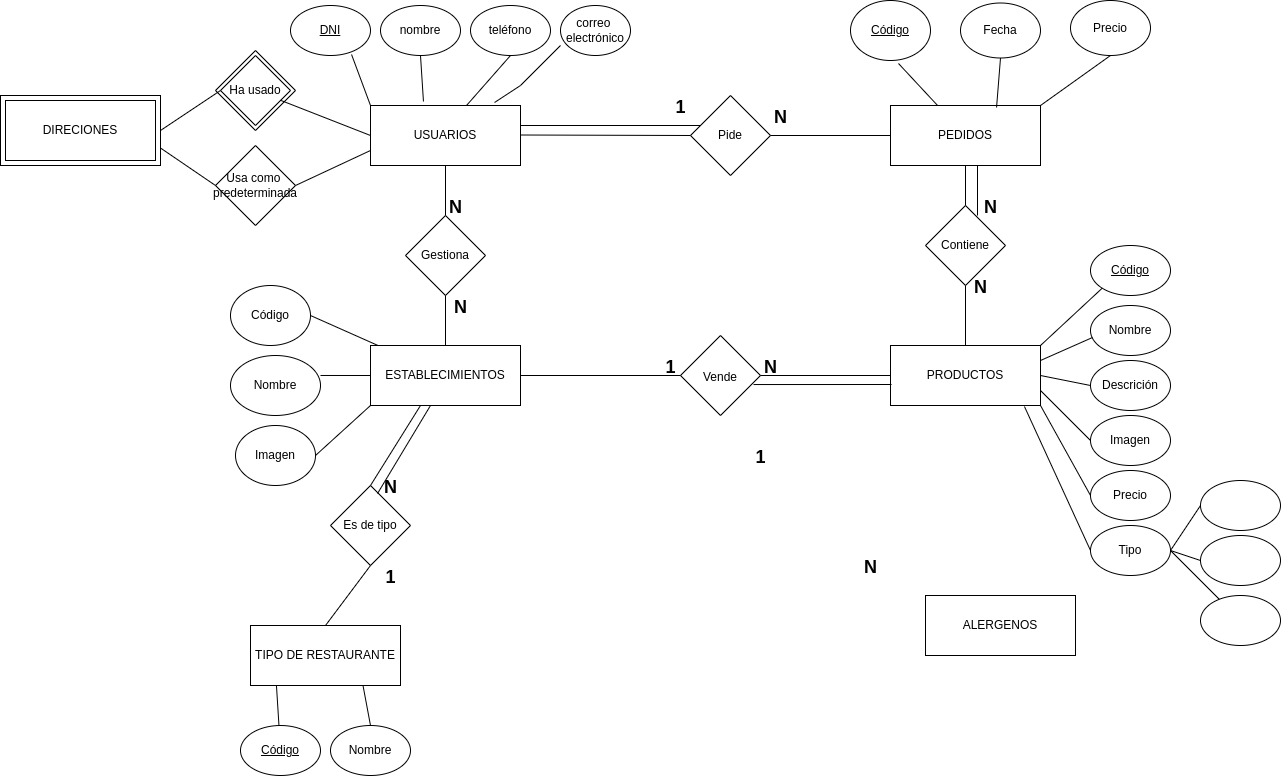
Juan4532/prueba keeps this draw.io diagram as h.drawio.png. Above is the earlier version. Source tidied: cells renumbered, new cells last; positions are measured from the earlier drawing's top-left corner, leaving out a move shared by most shapes.
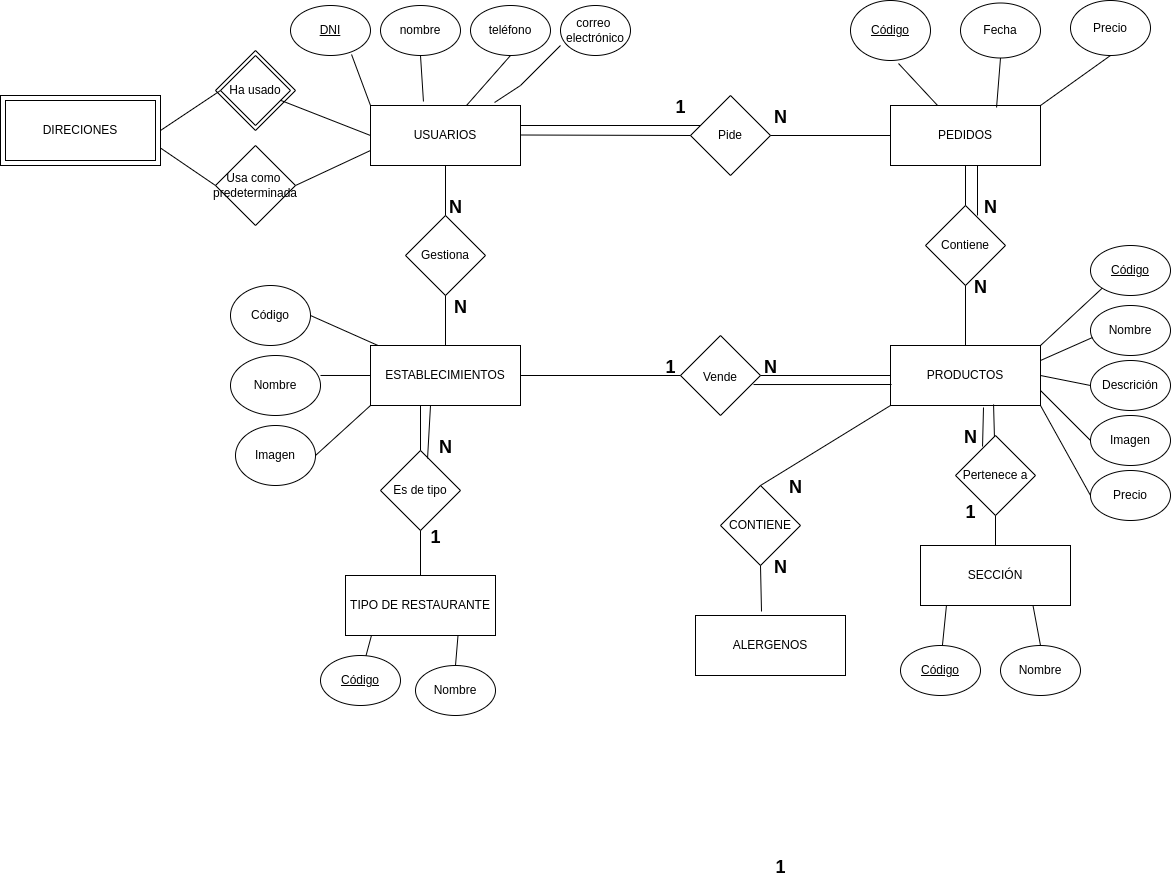
Above is the later version.

The edit, as a diff of the source:
```diff
@@ -48,10 +48,10 @@
       <mxGeometry x="890" y="345" width="150" height="60" as="geometry" />
     </mxCell>
     <mxCell id="14" value="ALERGENOS" style="rounded=0;whiteSpace=wrap;html=1;" parent="1" vertex="1">
-      <mxGeometry x="925" y="595" width="150" height="60" as="geometry" />
+      <mxGeometry x="695" y="615" width="150" height="60" as="geometry" />
     </mxCell>
     <mxCell id="15" value="TIPO DE RESTAURANTE" style="rounded=0;whiteSpace=wrap;html=1;" parent="1" vertex="1">
-      <mxGeometry x="250" y="625" width="150" height="60" as="geometry" />
+      <mxGeometry x="345" y="575" width="150" height="60" as="geometry" />
     </mxCell>
     <mxCell id="16" value="Pide" style="rhombus;whiteSpace=wrap;html=1;" parent="1" vertex="1">
       <mxGeometry x="690" y="95" width="80" height="80" as="geometry" />
@@ -114,19 +114,19 @@
       <mxGeometry x="930" y="265" width="100" height="40" as="geometry" />
     </mxCell>
     <mxCell id="32" value="&lt;font style=&quot;font-size: 18px&quot;&gt;N&lt;/font&gt;" style="text;strokeColor=none;fillColor=none;html=1;fontSize=24;fontStyle=1;verticalAlign=middle;align=center;" parent="1" vertex="1">
-      <mxGeometry x="820" y="545" width="100" height="40" as="geometry" />
+      <mxGeometry x="920" y="415" width="100" height="40" as="geometry" />
     </mxCell>
     <mxCell id="33" value="&lt;font style=&quot;font-size: 18px&quot;&gt;N&lt;/font&gt;" style="text;strokeColor=none;fillColor=none;html=1;fontSize=24;fontStyle=1;verticalAlign=middle;align=center;" parent="1" vertex="1">
       <mxGeometry x="405" y="185" width="100" height="40" as="geometry" />
     </mxCell>
     <mxCell id="34" value="&lt;font style=&quot;font-size: 18px&quot;&gt;N&lt;/font&gt;" style="text;strokeColor=none;fillColor=none;html=1;fontSize=24;fontStyle=1;verticalAlign=middle;align=center;" parent="1" vertex="1">
-      <mxGeometry x="340" y="465" width="100" height="40" as="geometry" />
+      <mxGeometry x="395" y="425" width="100" height="40" as="geometry" />
     </mxCell>
     <mxCell id="35" value="&lt;font style=&quot;font-size: 18px&quot;&gt;N&lt;/font&gt;" style="text;strokeColor=none;fillColor=none;html=1;fontSize=24;fontStyle=1;verticalAlign=middle;align=center;" parent="1" vertex="1">
       <mxGeometry x="410" y="285" width="100" height="40" as="geometry" />
     </mxCell>
     <mxCell id="36" value="&lt;span style=&quot;font-size: 18px&quot;&gt;1&lt;/span&gt;" style="text;strokeColor=none;fillColor=none;html=1;fontSize=24;fontStyle=1;verticalAlign=middle;align=center;" parent="1" vertex="1">
-      <mxGeometry x="710" y="435" width="100" height="40" as="geometry" />
+      <mxGeometry x="730" y="845" width="100" height="40" as="geometry" />
     </mxCell>
     <mxCell id="37" value="&lt;span style=&quot;font-size: 18px&quot;&gt;1&lt;/span&gt;" style="text;strokeColor=none;fillColor=none;html=1;fontSize=24;fontStyle=1;verticalAlign=middle;align=center;" parent="1" vertex="1">
       <mxGeometry x="620" y="345" width="100" height="40" as="geometry" />
@@ -135,7 +135,7 @@
       <mxGeometry x="630" y="85" width="100" height="40" as="geometry" />
     </mxCell>
     <mxCell id="39" value="&lt;span style=&quot;font-size: 18px&quot;&gt;1&lt;/span&gt;" style="text;strokeColor=none;fillColor=none;html=1;fontSize=24;fontStyle=1;verticalAlign=middle;align=center;" parent="1" vertex="1">
-      <mxGeometry x="340" y="555" width="100" height="40" as="geometry" />
+      <mxGeometry x="385" y="515" width="100" height="40" as="geometry" />
     </mxCell>
     <mxCell id="40" value="&lt;p&gt;&lt;font style=&quot;font-size: 12px&quot;&gt;Vende&lt;/font&gt;&lt;/p&gt;" style="rhombus;whiteSpace=wrap;html=1;fontSize=18;" parent="1" vertex="1">
       <mxGeometry x="680" y="335" width="80" height="80" as="geometry" />
@@ -168,13 +168,13 @@
       <mxGeometry relative="1" as="geometry" />
     </mxCell>
     <mxCell id="50" value="Es de tipo" style="rhombus;whiteSpace=wrap;html=1;fontSize=12;" parent="1" vertex="1">
-      <mxGeometry x="330" y="485" width="80" height="80" as="geometry" />
+      <mxGeometry x="380" y="450" width="80" height="80" as="geometry" />
     </mxCell>
     <mxCell id="51" value="&lt;u&gt;Código&lt;/u&gt;" style="ellipse;whiteSpace=wrap;html=1;fontSize=12;" parent="1" vertex="1">
-      <mxGeometry x="240" y="725" width="80" height="50" as="geometry" />
+      <mxGeometry x="320" y="655" width="80" height="50" as="geometry" />
     </mxCell>
     <mxCell id="52" value="Nombre" style="ellipse;whiteSpace=wrap;html=1;fontSize=12;" parent="1" vertex="1">
-      <mxGeometry x="330" y="725" width="80" height="50" as="geometry" />
+      <mxGeometry x="415" y="665" width="80" height="50" as="geometry" />
     </mxCell>
     <mxCell id="53" style="endArrow=none;html=1;rounded=0;fontSize=12;entryX=0.173;entryY=1;entryDx=0;entryDy=0;entryPerimeter=0;" parent="1" edge="1" source="51" target="15">
       <mxGeometry relative="1" as="geometry" />
@@ -201,15 +201,9 @@
     <mxCell id="59" value="Imagen" style="ellipse;whiteSpace=wrap;html=1;fontSize=12;" parent="1" vertex="1">
       <mxGeometry x="1090" y="415" width="80" height="50" as="geometry" />
     </mxCell>
-    <mxCell id="60" value="Tipo" style="ellipse;whiteSpace=wrap;html=1;fontSize=12;" parent="1" vertex="1">
-      <mxGeometry x="1090" y="525" width="80" height="50" as="geometry" />
-    </mxCell>
     <mxCell id="61" value="Precio" style="ellipse;whiteSpace=wrap;html=1;fontSize=12;" parent="1" vertex="1">
       <mxGeometry x="1090" y="470" width="80" height="50" as="geometry" />
     </mxCell>
-    <mxCell id="62" style="ellipse;whiteSpace=wrap;html=1;fontSize=12;" parent="1" vertex="1">
-      <mxGeometry x="1200" y="595" width="80" height="50" as="geometry" />
-    </mxCell>
     <mxCell id="63" value="Nombre" style="ellipse;whiteSpace=wrap;html=1;fontSize=12;" parent="1" vertex="1">
       <mxGeometry x="1090" y="305" width="80" height="50" as="geometry" />
     </mxCell>
@@ -231,24 +225,6 @@
     <mxCell id="69" style="endArrow=none;html=1;rounded=0;fontSize=12;entryX=0;entryY=0.5;entryDx=0;entryDy=0;exitX=1;exitY=1;exitDx=0;exitDy=0;" parent="1" edge="1" source="13" target="61">
       <mxGeometry relative="1" as="geometry" />
     </mxCell>
-    <mxCell id="70" style="ellipse;whiteSpace=wrap;html=1;fontSize=12;" parent="1" vertex="1">
-      <mxGeometry x="1200" y="480" width="80" height="50" as="geometry" />
-    </mxCell>
-    <mxCell id="71" style="ellipse;whiteSpace=wrap;html=1;fontSize=12;" parent="1" vertex="1">
-      <mxGeometry x="1200" y="535" width="80" height="50" as="geometry" />
-    </mxCell>
-    <mxCell id="72" style="endArrow=none;html=1;rounded=0;fontSize=12;exitX=0;exitY=0.5;exitDx=0;exitDy=0;entryX=0.893;entryY=1.017;entryDx=0;entryDy=0;entryPerimeter=0;" parent="1" edge="1" source="60" target="13">
-      <mxGeometry relative="1" as="geometry" />
-    </mxCell>
-    <mxCell id="73" style="endArrow=none;html=1;rounded=0;fontSize=12;entryX=0;entryY=0.5;entryDx=0;entryDy=0;exitX=1;exitY=0.5;exitDx=0;exitDy=0;" parent="1" edge="1" source="60" target="70">
-      <mxGeometry relative="1" as="geometry" />
-    </mxCell>
-    <mxCell id="74" style="endArrow=none;html=1;rounded=0;fontSize=12;exitX=0;exitY=0.5;exitDx=0;exitDy=0;entryX=1;entryY=0.5;entryDx=0;entryDy=0;" parent="1" edge="1" source="71" target="60">
-      <mxGeometry relative="1" as="geometry" />
-    </mxCell>
-    <mxCell id="75" style="endArrow=none;html=1;rounded=0;fontSize=12;exitX=1;exitY=0.5;exitDx=0;exitDy=0;" parent="1" edge="1" source="60" target="62">
-      <mxGeometry relative="1" as="geometry" />
-    </mxCell>
     <mxCell id="76" value="Gestiona" style="rhombus;whiteSpace=wrap;html=1;fontSize=12;" parent="1" vertex="1">
       <mxGeometry x="405" y="215" width="80" height="80" as="geometry" />
     </mxCell>
@@ -295,5 +271,50 @@
         <mxPoint x="1040" y="105" as="sourcePoint" />
       </mxGeometry>
     </mxCell>
+    <mxCell id="90" value="SECCIÓN" style="rounded=0;whiteSpace=wrap;html=1;" parent="1" vertex="1">
+      <mxGeometry x="920" y="545" width="150" height="60" as="geometry" />
+    </mxCell>
+    <mxCell id="91" value="&lt;span style=&quot;font-size: 18px&quot;&gt;1&lt;/span&gt;" style="text;strokeColor=none;fillColor=none;html=1;fontSize=24;fontStyle=1;verticalAlign=middle;align=center;" parent="1" vertex="1">
+      <mxGeometry x="920" y="490" width="100" height="40" as="geometry" />
+    </mxCell>
+    <mxCell id="92" value="Pertenece a" style="rhombus;whiteSpace=wrap;html=1;fontSize=12;" parent="1" vertex="1">
+      <mxGeometry x="955" y="435" width="80" height="80" as="geometry" />
+    </mxCell>
+    <mxCell id="93" value="&lt;u&gt;Código&lt;/u&gt;" style="ellipse;whiteSpace=wrap;html=1;fontSize=12;" parent="1" vertex="1">
+      <mxGeometry x="900" y="645" width="80" height="50" as="geometry" />
+    </mxCell>
+    <mxCell id="94" value="Nombre" style="ellipse;whiteSpace=wrap;html=1;fontSize=12;" parent="1" vertex="1">
+      <mxGeometry x="1000" y="645" width="80" height="50" as="geometry" />
+    </mxCell>
+    <mxCell id="95" style="endArrow=none;html=1;rounded=0;fontSize=12;entryX=0.173;entryY=1;entryDx=0;entryDy=0;entryPerimeter=0;" parent="1" edge="1" source="93" target="90">
+      <mxGeometry relative="1" as="geometry" />
+    </mxCell>
+    <mxCell id="96" style="endArrow=none;html=1;rounded=0;fontSize=12;entryX=0.75;entryY=1;entryDx=0;entryDy=0;exitX=0.5;exitY=0;exitDx=0;exitDy=0;" parent="1" edge="1" source="94" target="90">
+      <mxGeometry relative="1" as="geometry" />
+    </mxCell>
+    <mxCell id="97" style="endArrow=none;html=1;rounded=0;fontSize=12;exitX=0.5;exitY=0;exitDx=0;exitDy=0;entryX=0.5;entryY=1;entryDx=0;entryDy=0;" parent="1" edge="1" source="90" target="92">
+      <mxGeometry relative="1" as="geometry" />
+    </mxCell>
+    <mxCell id="98" style="endArrow=none;html=1;rounded=0;fontSize=12;entryX=0.687;entryY=0.983;entryDx=0;entryDy=0;entryPerimeter=0;" parent="1" edge="1" source="92" target="13">
+      <mxGeometry relative="1" as="geometry" />
+    </mxCell>
+    <mxCell id="99" style="endArrow=none;html=1;rounded=0;fontSize=12;exitX=0.338;exitY=0.138;exitDx=0;exitDy=0;exitPerimeter=0;entryX=0.62;entryY=1.033;entryDx=0;entryDy=0;entryPerimeter=0;" parent="1" edge="1" source="92" target="13">
+      <mxGeometry relative="1" as="geometry" />
+    </mxCell>
+    <mxCell id="100" value="CONTIENE" style="rhombus;whiteSpace=wrap;html=1;fontSize=12;" parent="1" vertex="1">
+      <mxGeometry x="720" y="485" width="80" height="80" as="geometry" />
+    </mxCell>
+    <mxCell id="101" style="endArrow=none;html=1;rounded=0;fontSize=12;entryX=0;entryY=1;entryDx=0;entryDy=0;exitX=0.5;exitY=0;exitDx=0;exitDy=0;" parent="1" edge="1" source="100" target="13">
+      <mxGeometry relative="1" as="geometry" />
+    </mxCell>
+    <mxCell id="102" style="endArrow=none;html=1;rounded=0;fontSize=12;entryX=0.5;entryY=1;entryDx=0;entryDy=0;exitX=0.44;exitY=-0.067;exitDx=0;exitDy=0;exitPerimeter=0;" parent="1" edge="1" source="14" target="100">
+      <mxGeometry relative="1" as="geometry" />
+    </mxCell>
+    <mxCell id="103" value="&lt;font style=&quot;font-size: 18px&quot;&gt;N&lt;/font&gt;" style="text;strokeColor=none;fillColor=none;html=1;fontSize=24;fontStyle=1;verticalAlign=middle;align=center;" parent="1" vertex="1">
+      <mxGeometry x="730" y="545" width="100" height="40" as="geometry" />
+    </mxCell>
+    <mxCell id="104" value="&lt;font style=&quot;font-size: 18px&quot;&gt;N&lt;/font&gt;" style="text;strokeColor=none;fillColor=none;html=1;fontSize=24;fontStyle=1;verticalAlign=middle;align=center;" parent="1" vertex="1">
+      <mxGeometry x="745" y="465" width="100" height="40" as="geometry" />
+    </mxCell>
   </root>
 </mxGraphModel>
```
